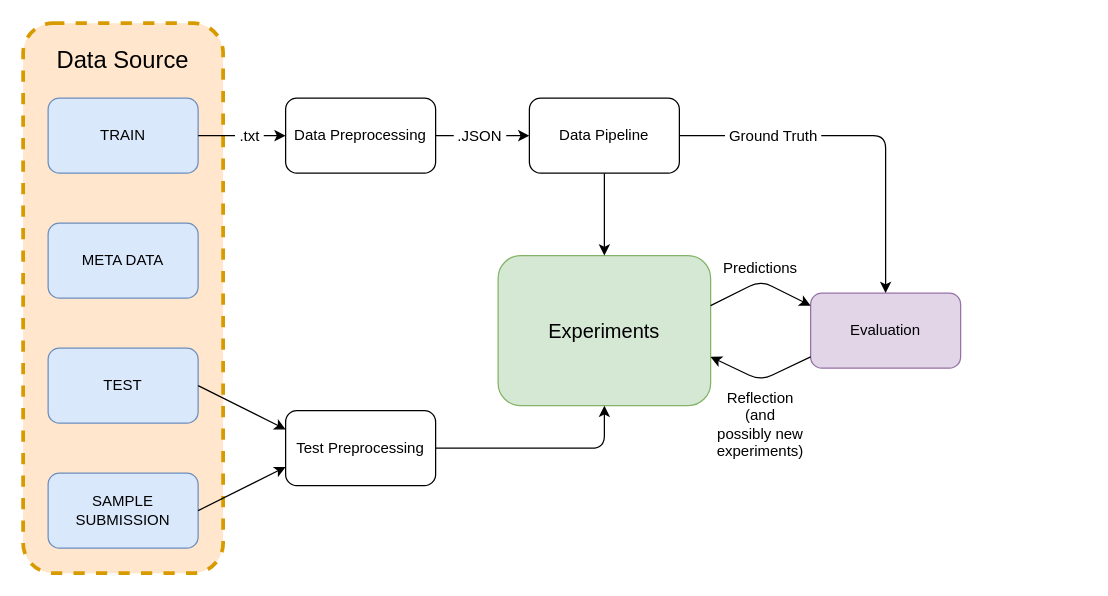
Before: Images/Experiments/ExperimentFlow.drawio in Awesome-sw8-project/P8, a draw.io diagram. Source tidied: cells renumbered, new cells numbered last; positions are measured from the earlier drawing's top-left corner, leaving out a move shared by most shapes. Both pictures are drawn from the tidied source at 125%, with x=0, y=0 at pixel (22, 22).
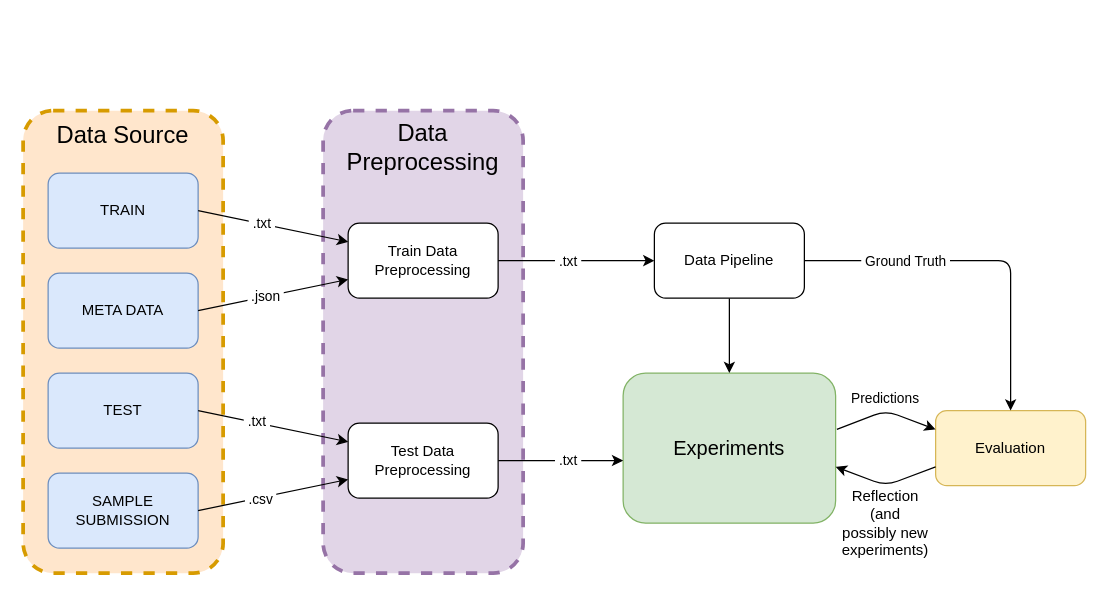
The same page after the edit.

The change refers to these unchanged cells:
```xml
<mxCell id="13" style="endArrow=classic;html=1;exitX=1;exitY=0.5;exitDx=0;exitDy=0;entryX=0;entryY=0.5;entryDx=0;entryDy=0;" parent="1" edge="1" source="10" target="12">
  <mxGeometry relative="1" as="geometry" />
</mxCell>
<mxCell id="16" style="endArrow=classic;html=1;exitX=1;exitY=0.5;exitDx=0;exitDy=0;entryX=0;entryY=0.25;entryDx=0;entryDy=0;" parent="1" edge="1" source="5" target="15">
  <mxGeometry relative="1" as="geometry" />
</mxCell>
<mxCell id="17" style="endArrow=classic;html=1;exitX=1;exitY=0.5;exitDx=0;exitDy=0;entryX=0;entryY=0.75;entryDx=0;entryDy=0;" parent="1" edge="1" source="7" target="15">
  <mxGeometry relative="1" as="geometry" />
</mxCell>
```

Change to the diagram source:
```diff
@@
+    <mxCell id="27" style="rounded=1;whiteSpace=wrap;html=1;dashed=1;fillColor=#e1d5e7;strokeColor=#9673a6;strokeWidth=3;" parent="1" vertex="1">
+      <mxGeometry x="240" y="70" width="160" height="370" as="geometry" />
+    </mxCell>
     <mxCell id="2" style="rounded=1;whiteSpace=wrap;html=1;dashed=1;fillColor=#ffe6cc;strokeColor=#d79b00;strokeWidth=3;" parent="1" vertex="1">
-      <mxGeometry width="160" height="440" as="geometry" />
+      <mxGeometry y="70" width="160" height="370" as="geometry" />
     </mxCell>
     <mxCell id="3" value="&lt;font style=&quot;font-size: 16px&quot;&gt;Experiments&lt;/font&gt;" style="rounded=1;whiteSpace=wrap;html=1;fillColor=#d5e8d4;strokeColor=#82b366;" parent="1" vertex="1">
-      <mxGeometry x="380" y="186" width="170" height="120" as="geometry" />
+      <mxGeometry x="480" y="280" width="170" height="120" as="geometry" />
     </mxCell>
     <mxCell id="4" value="TRAIN" style="rounded=1;whiteSpace=wrap;html=1;fillColor=#dae8fc;strokeColor=#6c8ebf;" parent="1" vertex="1">
-      <mxGeometry x="20" y="60" width="120" height="60" as="geometry" />
+      <mxGeometry x="20" y="120" width="120" height="60" as="geometry" />
     </mxCell>
     <mxCell id="5" value="TEST" style="rounded=1;whiteSpace=wrap;html=1;fillColor=#dae8fc;strokeColor=#6c8ebf;" parent="1" vertex="1">
-      <mxGeometry x="20" y="260" width="120" height="60" as="geometry" />
+      <mxGeometry x="20" y="280" width="120" height="60" as="geometry" />
     </mxCell>
     <mxCell id="6" value="META DATA" style="rounded=1;whiteSpace=wrap;html=1;fillColor=#dae8fc;strokeColor=#6c8ebf;" parent="1" vertex="1">
-      <mxGeometry x="20" y="160" width="120" height="60" as="geometry" />
+      <mxGeometry x="20" y="200" width="120" height="60" as="geometry" />
     </mxCell>
@@
-    <mxCell id="8" style="endArrow=classic;html=1;exitX=1;exitY=0.5;exitDx=0;exitDy=0;entryX=0;entryY=0.5;entryDx=0;entryDy=0;" parent="1" edge="1" source="4" target="10">
+    <mxCell id="8" style="endArrow=classic;html=1;exitX=1;exitY=0.5;exitDx=0;exitDy=0;entryX=0;entryY=0.25;entryDx=0;entryDy=0;" parent="1" edge="1" source="4" target="10">
       <mxGeometry relative="1" as="geometry" />
     </mxCell>
-    <mxCell id="9" value="&lt;font style=&quot;font-size: 12px&quot;&gt;&amp;nbsp;.txt&amp;nbsp;&lt;/font&gt;" style="edgeLabel;html=1;align=center;verticalAlign=middle;" parent="8" vertex="1">
+    <mxCell id="9" value="&amp;nbsp;.txt&amp;nbsp;" style="edgeLabel;html=1;align=center;verticalAlign=middle;" parent="8" vertex="1">
       <mxGeometry x="-0.38" relative="1" as="geometry">
-        <mxPoint x="18.7" as="offset" />
+        <mxPoint x="12.8" y="2.2" as="offset" />
       </mxGeometry>
     </mxCell>
-    <mxCell id="10" value="Data Preprocessing" style="rounded=1;whiteSpace=wrap;html=1;" parent="1" vertex="1">
-      <mxGeometry x="210" y="60" width="120" height="60" as="geometry" />
+    <mxCell id="10" value="Train Data Preprocessing" style="rounded=1;whiteSpace=wrap;html=1;" parent="1" vertex="1">
+      <mxGeometry x="260" y="160" width="120" height="60" as="geometry" />
     </mxCell>
@@
     <mxCell id="12" value="Data Pipeline" style="rounded=1;whiteSpace=wrap;html=1;" parent="1" vertex="1">
-      <mxGeometry x="405" y="60" width="120" height="60" as="geometry" />
+      <mxGeometry x="505" y="160" width="120" height="60" as="geometry" />
     </mxCell>
@@
-    <mxCell id="14" value="&lt;font style=&quot;font-size: 12px&quot;&gt;&amp;nbsp;.JSON&amp;nbsp;&lt;/font&gt;" style="edgeLabel;html=1;align=center;verticalAlign=middle;" parent="13" vertex="1">
+    <mxCell id="14" value="&amp;nbsp;.txt&amp;nbsp;" style="edgeLabel;html=1;align=center;verticalAlign=middle;" parent="13" vertex="1">
       <mxGeometry x="-0.09" y="2" relative="1" as="geometry">
-        <mxPoint y="2" as="offset" />
+        <mxPoint x="-2" y="2" as="offset" />
       </mxGeometry>
     </mxCell>
+    <mxCell id="18" style="edgeStyle=orthogonalEdgeStyle;rounded=0;jettySize=auto;html=1;entryX=0;entryY=0.583;entryDx=0;entryDy=0;entryPerimeter=0;" parent="1" edge="1" source="15" target="3">
+      <mxGeometry relative="1" as="geometry" />
+    </mxCell>
+    <mxCell id="28" value="&amp;nbsp;.txt&amp;nbsp;" style="edgeLabel;html=1;align=center;verticalAlign=middle;" parent="18" vertex="1">
+      <mxGeometry x="-0.05" y="1" relative="1" as="geometry">
+        <mxPoint x="7" y="1" as="offset" />
+      </mxGeometry>
+    </mxCell>
-    <mxCell id="15" value="Test Preprocessing" style="rounded=1;whiteSpace=wrap;html=1;" parent="1" vertex="1">
-      <mxGeometry x="210" y="310" width="120" height="60" as="geometry" />
+    <mxCell id="15" value="Test Data Preprocessing" style="rounded=1;whiteSpace=wrap;html=1;" parent="1" vertex="1">
+      <mxGeometry x="260" y="320" width="120" height="60" as="geometry" />
     </mxCell>
@@
+    <mxCell id="29" value="&amp;nbsp;.txt&amp;nbsp;" style="edgeLabel;html=1;align=center;verticalAlign=middle;" parent="16" vertex="1">
+      <mxGeometry x="-0.24" y="1" relative="1" as="geometry" />
+    </mxCell>
@@
-    <mxCell id="18" style="endArrow=classic;html=1;exitX=1;exitY=0.5;exitDx=0;exitDy=0;entryX=0.5;entryY=1;entryDx=0;entryDy=0;" parent="1" edge="1" source="15" target="3">
-      <mxGeometry relative="1" as="geometry">
-        <Array as="points">
-          <mxPoint x="465" y="340" />
-        </Array>
-      </mxGeometry>
-    </mxCell>
+    <mxCell id="30" value="&amp;nbsp;.csv&amp;nbsp;" style="edgeLabel;html=1;align=center;verticalAlign=middle;" parent="17" vertex="1">
+      <mxGeometry x="0.03" y="-1" relative="1" as="geometry">
+        <mxPoint x="-11.9" y="1.9" as="offset" />
+      </mxGeometry>
+    </mxCell>
     <mxCell id="19" value="&lt;font style=&quot;font-size: 19px&quot;&gt;Data Source&lt;/font&gt;" style="text;html=1;strokeColor=none;fillColor=none;align=center;verticalAlign=middle;whiteSpace=wrap;rounded=0;dashed=1;" parent="1" vertex="1">
-      <mxGeometry x="15" y="20" width="130" height="20" as="geometry" />
+      <mxGeometry x="15" y="80" width="130" height="20" as="geometry" />
     </mxCell>
+    <mxCell id="31" value="&lt;font style=&quot;font-size: 19px&quot;&gt;Data Preprocessing&lt;/font&gt;" style="text;html=1;strokeColor=none;fillColor=none;align=center;verticalAlign=middle;whiteSpace=wrap;rounded=0;dashed=1;" parent="1" vertex="1">
+      <mxGeometry x="240" y="90" width="160" height="20" as="geometry" />
+    </mxCell>
+    <mxCell id="32" style="endArrow=classic;html=1;exitX=1;exitY=0.5;exitDx=0;exitDy=0;entryX=0;entryY=0.75;entryDx=0;entryDy=0;" parent="1" edge="1" source="6" target="10">
+      <mxGeometry relative="1" as="geometry" />
+    </mxCell>
+    <mxCell id="33" value="&amp;nbsp;.json&amp;nbsp;" style="edgeLabel;html=1;align=center;verticalAlign=middle;" parent="32" vertex="1">
+      <mxGeometry x="-0.1" relative="1" as="geometry" />
+    </mxCell>
-    <mxCell id="20" value="Evaluation" style="rounded=1;whiteSpace=wrap;html=1;strokeColor=#9673a6;fillColor=#e1d5e7;" parent="1" vertex="1">
-      <mxGeometry x="630" y="216" width="120" height="60" as="geometry" />
+    <mxCell id="20" value="Evaluation" style="rounded=1;whiteSpace=wrap;html=1;fillColor=#fff2cc;strokeColor=#d6b656;" parent="1" vertex="1">
+      <mxGeometry x="730" y="310" width="120" height="60" as="geometry" />
     </mxCell>
-    <mxCell id="21" style="endArrow=classic;html=1;" parent="1" edge="1">
-      <mxGeometry relative="1" as="geometry">
-        <mxPoint x="550" y="226" as="sourcePoint" />
-        <mxPoint x="630" y="226" as="targetPoint" />
-        <Array as="points">
-          <mxPoint x="590" y="206" />
-        </Array>
-      </mxGeometry>
-    </mxCell>
-    <mxCell id="22" style="endArrow=classic;html=1;" parent="1" edge="1">
-      <mxGeometry relative="1" as="geometry">
-        <mxPoint x="630" y="267" as="sourcePoint" />
-        <mxPoint x="550" y="267" as="targetPoint" />
-        <Array as="points">
-          <mxPoint x="590" y="286" />
-        </Array>
-      </mxGeometry>
-    </mxCell>
+    <mxCell id="34" style="endArrow=classic;html=1;entryX=0;entryY=0.25;entryDx=0;entryDy=0;" parent="1" edge="1" target="20">
+      <mxGeometry relative="1" as="geometry">
+        <mxPoint x="651" y="325" as="sourcePoint" />
+        <Array as="points">
+          <mxPoint x="690" y="310" />
+        </Array>
+      </mxGeometry>
+    </mxCell>
+    <mxCell id="35" style="endArrow=classic;html=1;exitX=0;exitY=0.75;exitDx=0;exitDy=0;" parent="1" edge="1" source="20">
+      <mxGeometry relative="1" as="geometry">
+        <mxPoint x="650" y="355" as="targetPoint" />
+        <Array as="points">
+          <mxPoint x="690" y="370" />
+        </Array>
+      </mxGeometry>
+    </mxCell>
+    <mxCell id="25" style="endArrow=classic;html=1;exitX=1;exitY=0.5;exitDx=0;exitDy=0;entryX=0.5;entryY=0;entryDx=0;entryDy=0;" parent="1" edge="1" source="12" target="20">
+      <mxGeometry relative="1" as="geometry">
+        <Array as="points">
+          <mxPoint x="790" y="190" />
+        </Array>
+      </mxGeometry>
+    </mxCell>
+    <mxCell id="26" value="&amp;nbsp;Ground Truth&amp;nbsp;" style="edgeLabel;html=1;align=center;verticalAlign=middle;" parent="25" vertex="1">
+      <mxGeometry x="-0.44" relative="1" as="geometry" />
+    </mxCell>
-    <mxCell id="23" value="Predictions" style="text;html=1;strokeColor=none;fillColor=none;align=center;verticalAlign=middle;whiteSpace=wrap;rounded=0;" parent="1" vertex="1">
-      <mxGeometry x="530" y="186" width="120" height="20" as="geometry" />
+    <mxCell id="23" value="&lt;font style=&quot;font-size: 11px&quot;&gt;Predictions&lt;/font&gt;" style="text;html=1;strokeColor=none;fillColor=none;align=center;verticalAlign=middle;whiteSpace=wrap;rounded=0;" parent="1" vertex="1">
+      <mxGeometry x="670" y="290" width="40" height="20" as="geometry" />
     </mxCell>
     <mxCell id="24" value="Reflection (and possibly new experiments)" style="text;html=1;strokeColor=none;fillColor=none;align=center;verticalAlign=middle;whiteSpace=wrap;rounded=0;" parent="1" vertex="1">
-      <mxGeometry x="555" y="306" width="70" height="30" as="geometry" />
+      <mxGeometry x="660" y="390" width="60" height="20" as="geometry" />
     </mxCell>
-    <mxCell id="25" style="endArrow=classic;html=1;exitX=1;exitY=0.5;exitDx=0;exitDy=0;entryX=0.5;entryY=0;entryDx=0;entryDy=0;" parent="1" edge="1" source="12" target="20">
-      <mxGeometry relative="1" as="geometry">
-        <Array as="points">
-          <mxPoint x="690" y="90" />
-        </Array>
-      </mxGeometry>
-    </mxCell>
-    <mxCell id="26" value="&lt;font style=&quot;font-size: 12px&quot;&gt;&amp;nbsp;Ground Truth&amp;nbsp;&lt;/font&gt;" style="edgeLabel;html=1;align=center;verticalAlign=middle;" parent="25" vertex="1">
-      <mxGeometry x="-0.21" y="-1" relative="1" as="geometry">
-        <mxPoint x="-40.2" y="-1" as="offset" />
-      </mxGeometry>
-    </mxCell>
```
